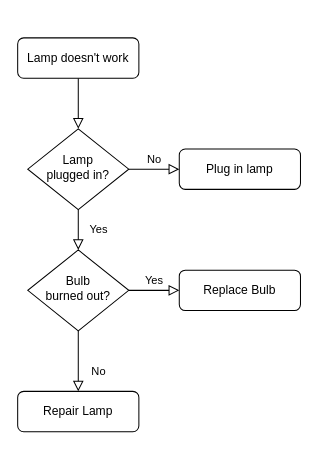
NickosDalkidis/PlayerLevel keeps this draw.io diagram as Player Level.drawio. Above is the earlier version. Source tidied: cells renumbered, new cells numbered last; positions are measured from the earlier drawing's top-left corner, leaving out a move shared by most shapes. Both pictures are drawn from the tidied source at 101%, with x=0, y=0 at pixel (17, 37).
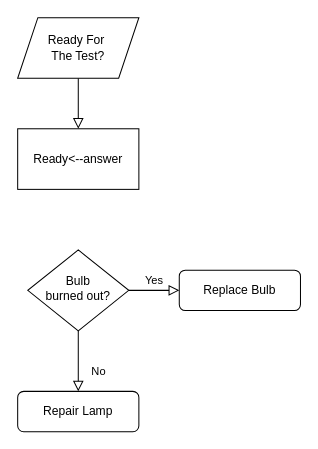
After the change.

What changed in the source:
```diff
@@
 <mxGraphModel>
   <root>
     <mxCell id="0" />
     <mxCell id="1" parent="0" />
-    <mxCell id="2" style="rounded=0;html=1;jettySize=auto;fontSize=11;endArrow=block;endFill=0;endSize=8;strokeWidth=1;shadow=0;labelBackgroundColor=none;edgeStyle=orthogonalEdgeStyle;" parent="1" edge="1" source="3" target="6">
-      <mxGeometry relative="1" as="geometry" />
+    <mxCell id="2" style="rounded=0;html=1;jettySize=auto;orthogonalLoop=1;fontSize=11;endArrow=block;endFill=0;endSize=8;strokeWidth=1;shadow=0;labelBackgroundColor=none;edgeStyle=orthogonalEdgeStyle;" parent="1" edge="1">
+      <mxGeometry relative="1" as="geometry">
+        <mxPoint x="60" y="40" as="sourcePoint" />
+        <mxPoint x="60" y="90" as="targetPoint" />
+      </mxGeometry>
     </mxCell>
-    <mxCell id="3" value="Lamp doesn't work" style="rounded=1;whiteSpace=wrap;html=1;fontSize=12;glass=0;strokeWidth=1;shadow=0;" parent="1" vertex="1">
-      <mxGeometry width="120" height="40" as="geometry" />
-    </mxCell>
-    <mxCell id="4" value="Yes" style="rounded=0;html=1;jettySize=auto;fontSize=11;endArrow=block;endFill=0;endSize=8;strokeWidth=1;shadow=0;labelBackgroundColor=none;edgeStyle=orthogonalEdgeStyle;" parent="1" edge="1" source="6" target="10">
-      <mxGeometry y="20" relative="1" as="geometry" />
-    </mxCell>
-    <mxCell id="5" value="No" style="edgeStyle=orthogonalEdgeStyle;rounded=0;html=1;jettySize=auto;fontSize=11;endArrow=block;endFill=0;endSize=8;strokeWidth=1;shadow=0;labelBackgroundColor=none;" parent="1" edge="1" source="6" target="7">
-      <mxGeometry y="10" relative="1" as="geometry" />
-    </mxCell>
-    <mxCell id="6" value="Lamp&lt;br&gt;plugged in?" style="rhombus;whiteSpace=wrap;html=1;shadow=0;fontFamily=Helvetica;fontSize=12;align=center;strokeWidth=1;spacing=6;spacingTop=-4;" parent="1" vertex="1">
-      <mxGeometry x="10" y="90" width="100" height="80" as="geometry" />
-    </mxCell>
-    <mxCell id="7" value="Plug in lamp" style="rounded=1;whiteSpace=wrap;html=1;fontSize=12;glass=0;strokeWidth=1;shadow=0;" parent="1" vertex="1">
-      <mxGeometry x="160" y="110" width="120" height="40" as="geometry" />
-    </mxCell>
     <mxCell id="8" value="No" style="rounded=0;html=1;jettySize=auto;fontSize=11;endArrow=block;endFill=0;endSize=8;strokeWidth=1;shadow=0;labelBackgroundColor=none;edgeStyle=orthogonalEdgeStyle;" parent="1" edge="1" source="10" target="11">
       <mxGeometry x="0.33" y="20" relative="1" as="geometry" />
     </mxCell>
     <mxCell id="9" value="Yes" style="edgeStyle=orthogonalEdgeStyle;rounded=0;html=1;jettySize=auto;fontSize=11;endArrow=block;endFill=0;endSize=8;strokeWidth=1;shadow=0;labelBackgroundColor=none;" parent="1" edge="1" source="10" target="12">
       <mxGeometry y="10" relative="1" as="geometry" />
     </mxCell>
     <mxCell id="10" value="Bulb&lt;br&gt;burned out?" style="rhombus;whiteSpace=wrap;html=1;shadow=0;fontFamily=Helvetica;fontSize=12;align=center;strokeWidth=1;spacing=6;spacingTop=-4;" parent="1" vertex="1">
       <mxGeometry x="10" y="210" width="100" height="80" as="geometry" />
     </mxCell>
     <mxCell id="11" value="Repair Lamp" style="rounded=1;whiteSpace=wrap;html=1;fontSize=12;glass=0;strokeWidth=1;shadow=0;" parent="1" vertex="1">
       <mxGeometry y="350" width="120" height="40" as="geometry" />
     </mxCell>
     <mxCell id="12" value="Replace Bulb" style="rounded=1;whiteSpace=wrap;html=1;fontSize=12;glass=0;strokeWidth=1;shadow=0;" parent="1" vertex="1">
       <mxGeometry x="160" y="230" width="120" height="40" as="geometry" />
     </mxCell>
+    <mxCell id="13" value="Ready For&amp;nbsp;&lt;br&gt;The Test?" style="shape=parallelogram;perimeter=parallelogramPerimeter;whiteSpace=wrap;html=1;fixedSize=1;" parent="1" vertex="1">
+      <mxGeometry y="-20" width="120" height="60" as="geometry" />
+    </mxCell>
+    <mxCell id="14" value="Ready&amp;lt;--answer" style="rounded=0;whiteSpace=wrap;html=1;" parent="1" vertex="1">
+      <mxGeometry y="90" width="120" height="60" as="geometry" />
+    </mxCell>
   </root>
 </mxGraphModel>
```
